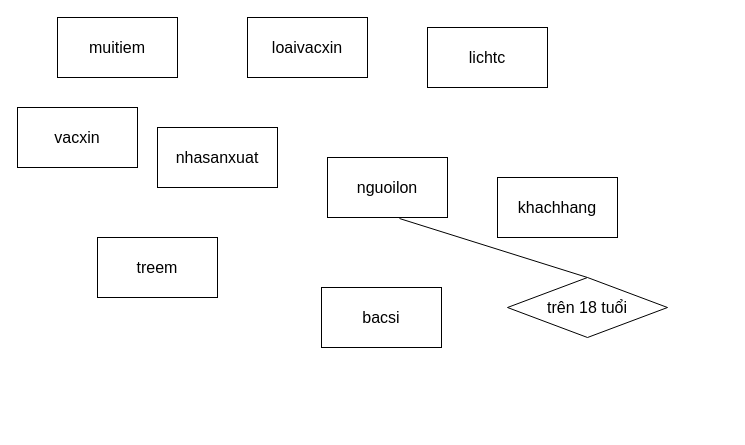
This is BT3/Untitled Diagram.drawio from diepAu13122001/LTWEB_EXERCISES, a draw.io file, before an edit. Source tidied: cells renumbered, new cells numbered last; positions are measured from the earlier drawing's top-left corner, leaving out a move shared by most shapes. Both pictures are drawn from the tidied source at 100%, with x=0, y=0 at pixel (17, 17).
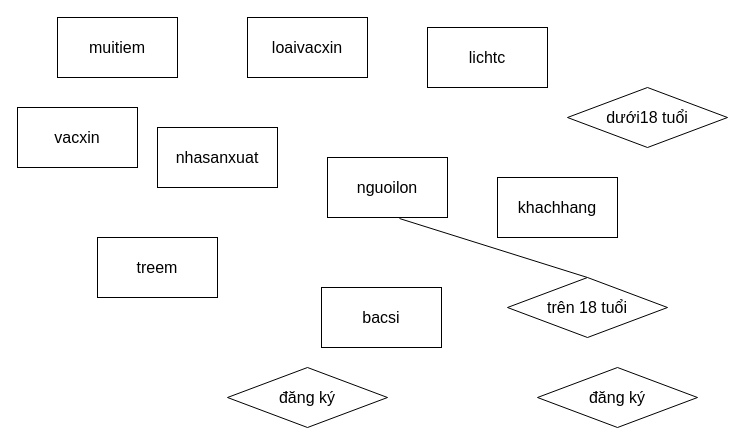
The same diagram, later.

Diff of the diagram source:
```diff
@@
 <mxGraphModel>
   <root>
     <mxCell id="0" />
     <mxCell id="1" parent="0" />
     <mxCell id="2" value="muitiem" style="rounded=0;whiteSpace=wrap;html=1;fontSize=16;" parent="1" vertex="1">
       <mxGeometry x="40" width="120" height="60" as="geometry" />
     </mxCell>
     <mxCell id="3" value="loaivacxin" style="rounded=0;whiteSpace=wrap;html=1;fontSize=16;" parent="1" vertex="1">
       <mxGeometry x="230" width="120" height="60" as="geometry" />
     </mxCell>
     <mxCell id="4" value="bacsi" style="rounded=0;whiteSpace=wrap;html=1;fontSize=16;" parent="1" vertex="1">
       <mxGeometry x="304" y="270" width="120" height="60" as="geometry" />
     </mxCell>
     <mxCell id="5" value="nguoilon" style="rounded=0;whiteSpace=wrap;html=1;fontSize=16;" parent="1" vertex="1">
       <mxGeometry x="310" y="140" width="120" height="60" as="geometry" />
     </mxCell>
     <mxCell id="6" value="treem" style="rounded=0;whiteSpace=wrap;html=1;fontSize=16;" parent="1" vertex="1">
       <mxGeometry x="80" y="220" width="120" height="60" as="geometry" />
     </mxCell>
     <mxCell id="7" value="khachhang" style="rounded=0;whiteSpace=wrap;html=1;fontSize=16;" parent="1" vertex="1">
       <mxGeometry x="480" y="160" width="120" height="60" as="geometry" />
     </mxCell>
     <mxCell id="8" value="lichtc" style="rounded=0;whiteSpace=wrap;html=1;fontSize=16;" parent="1" vertex="1">
       <mxGeometry x="410" y="10" width="120" height="60" as="geometry" />
     </mxCell>
     <mxCell id="9" value="vacxin" style="rounded=0;whiteSpace=wrap;html=1;fontSize=16;" parent="1" vertex="1">
       <mxGeometry y="90" width="120" height="60" as="geometry" />
     </mxCell>
     <mxCell id="10" value="nhasanxuat" style="rounded=0;whiteSpace=wrap;html=1;fontSize=16;" parent="1" vertex="1">
       <mxGeometry x="140" y="110" width="120" height="60" as="geometry" />
     </mxCell>
     <mxCell id="11" style="endArrow=none;html=1;rounded=0;fontSize=16;entryX=0.6;entryY=1.017;entryDx=0;entryDy=0;entryPerimeter=0;exitX=0.5;exitY=0;exitDx=0;exitDy=0;" parent="1" edge="1" source="12" target="5">
       <mxGeometry relative="1" as="geometry" />
     </mxCell>
     <mxCell id="12" value="trên 18 tuổi" style="rhombus;whiteSpace=wrap;html=1;fontSize=16;" parent="1" vertex="1">
       <mxGeometry x="490" y="260" width="160" height="60" as="geometry" />
     </mxCell>
+    <mxCell id="13" value="đăng ký" style="rhombus;whiteSpace=wrap;html=1;fontSize=16;" parent="1" vertex="1">
+      <mxGeometry x="520" y="350" width="160" height="60" as="geometry" />
+    </mxCell>
+    <mxCell id="14" value="đăng ký" style="rhombus;whiteSpace=wrap;html=1;fontSize=16;" parent="1" vertex="1">
+      <mxGeometry x="210" y="350" width="160" height="60" as="geometry" />
+    </mxCell>
+    <mxCell id="15" value="dưới18 tuổi" style="rhombus;whiteSpace=wrap;html=1;fontSize=16;" parent="1" vertex="1">
+      <mxGeometry x="550" y="70" width="160" height="60" as="geometry" />
+    </mxCell>
   </root>
 </mxGraphModel>
```
